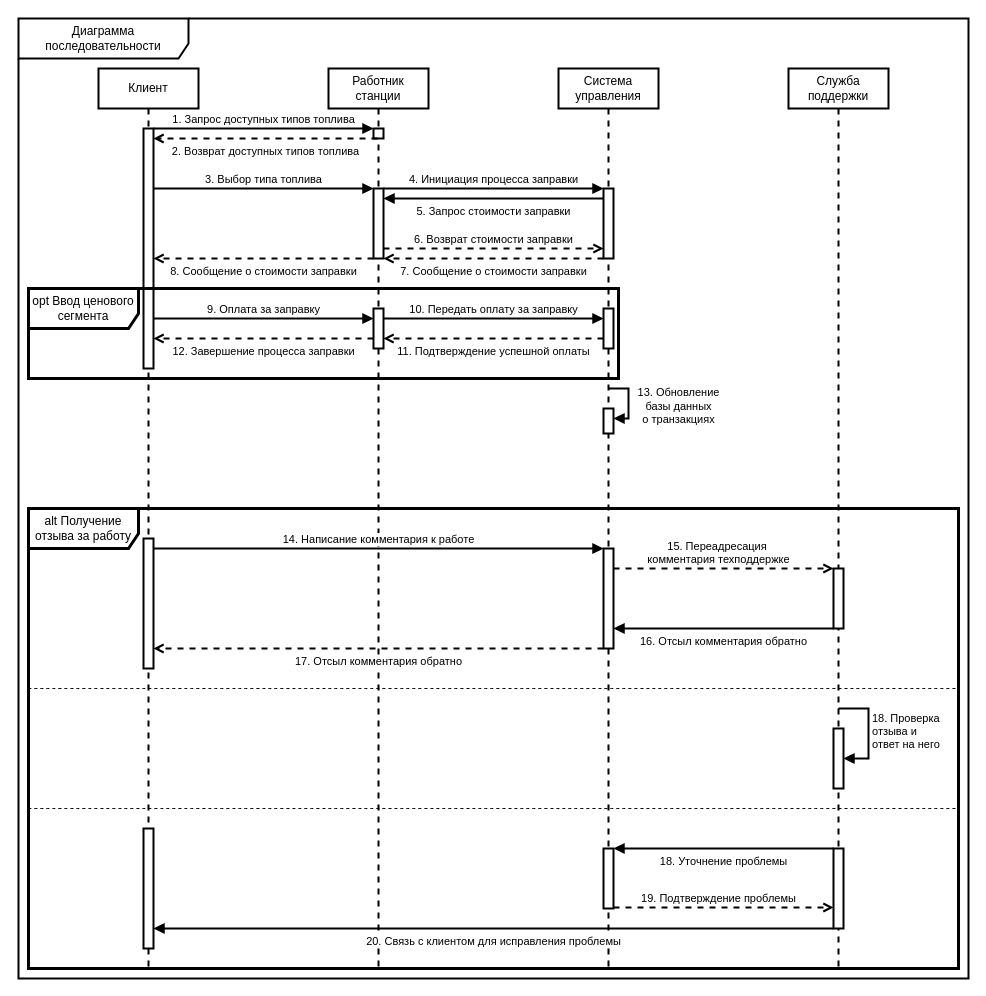
Before: page "Page-1" (1 of 3) of 5.drawio in Helpmepleaseitishard/Aikms, a draw.io diagram. Source tidied: cells renumbered, new cells numbered last; positions are measured from the earlier drawing's top-left corner, leaving out a move shared by most shapes. Both pictures are drawn from the tidied source at 100%, with x=0, y=0 at pixel (18, 18).
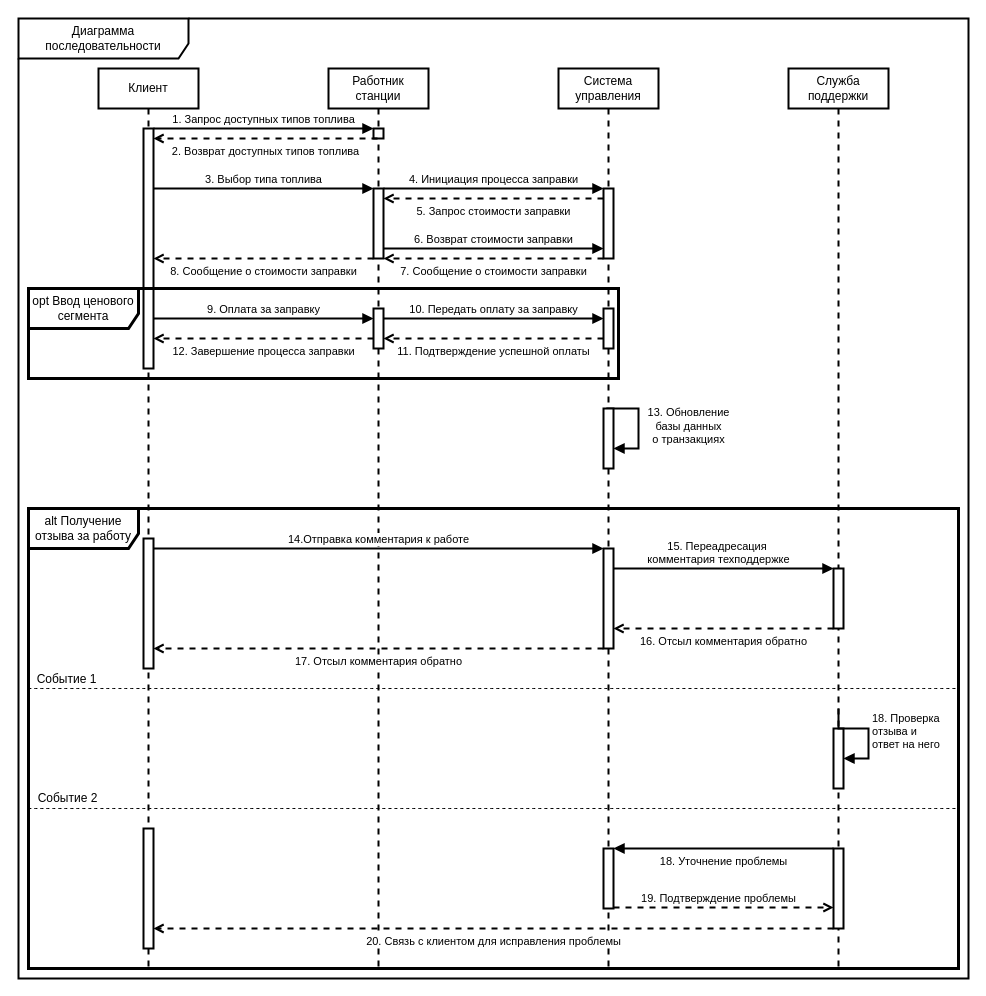
The same page after the edit.

The change refers to these unchanged cells:
```xml
<mxCell id="7" style="html=1;points=[[0,0,0,0,5],[0,1,0,0,-5],[1,0,0,0,5],[1,1,0,0,-5]];perimeter=orthogonalPerimeter;outlineConnect=0;targetShapes=umlLifeline;portConstraint=eastwest;newEdgeStyle={&quot;curved&quot;:0,&quot;rounded&quot;:0};strokeWidth=2;" parent="5" vertex="1">
  <mxGeometry x="45" y="120" width="10" height="70" as="geometry" />
</mxCell>
<mxCell id="9" value="Система управления" style="shape=umlLifeline;perimeter=lifelinePerimeter;whiteSpace=wrap;html=1;newEdgeStyle={&quot;curved&quot;:0,&quot;rounded&quot;:0};strokeWidth=2;" parent="1" vertex="1">
  <mxGeometry x="540" y="50" width="100" height="900" as="geometry" />
</mxCell>
<mxCell id="10" style="html=1;points=[[0,0,0,0,5],[0,1,0,0,-5],[1,0,0,0,5],[1,1,0,0,-5]];perimeter=orthogonalPerimeter;outlineConnect=0;targetShapes=umlLifeline;portConstraint=eastwest;newEdgeStyle={&quot;curved&quot;:0,&quot;rounded&quot;:0};strokeWidth=2;" parent="9" vertex="1">
  <mxGeometry x="45" y="120" width="10" height="70" as="geometry" />
</mxCell>
<mxCell id="29" style="html=1;points=[[0,0,0,0,5],[0,1,0,0,-5],[1,0,0,0,5],[1,1,0,0,-5]];perimeter=orthogonalPerimeter;outlineConnect=0;targetShapes=umlLifeline;portConstraint=eastwest;newEdgeStyle={&quot;curved&quot;:0,&quot;rounded&quot;:0};strokeWidth=2;" parent="1" vertex="1">
  <mxGeometry x="585" y="530" width="10" height="100" as="geometry" />
</mxCell>
<mxCell id="31" style="html=1;points=[[0,0,0,0,5],[0,1,0,0,-5],[1,0,0,0,5],[1,1,0,0,-5]];perimeter=orthogonalPerimeter;outlineConnect=0;targetShapes=umlLifeline;portConstraint=eastwest;newEdgeStyle={&quot;curved&quot;:0,&quot;rounded&quot;:0};strokeWidth=2;" parent="1" vertex="1">
  <mxGeometry x="815" y="550" width="10" height="60" as="geometry" />
</mxCell>
<mxCell id="32" style="html=1;points=[[0,0,0,0,5],[0,1,0,0,-5],[1,0,0,0,5],[1,1,0,0,-5]];perimeter=orthogonalPerimeter;outlineConnect=0;targetShapes=umlLifeline;portConstraint=eastwest;newEdgeStyle={&quot;curved&quot;:0,&quot;rounded&quot;:0};strokeWidth=2;" parent="1" vertex="1">
  <mxGeometry x="815" y="710" width="10" height="60" as="geometry" />
</mxCell>
<mxCell id="36" style="endArrow=none;dashed=1;html=1;rounded=0;fontSize=12;startSize=8;endSize=8;curved=1;" parent="1" edge="1">
  <mxGeometry relative="1" as="geometry">
    <mxPoint x="10" y="670" as="sourcePoint" />
    <mxPoint x="940" y="670" as="targetPoint" />
  </mxGeometry>
</mxCell>
<mxCell id="40" style="html=1;points=[[0,0,0,0,5],[0,1,0,0,-5],[1,0,0,0,5],[1,1,0,0,-5]];perimeter=orthogonalPerimeter;outlineConnect=0;targetShapes=umlLifeline;portConstraint=eastwest;newEdgeStyle={&quot;curved&quot;:0,&quot;rounded&quot;:0};strokeWidth=2;" parent="1" vertex="1">
  <mxGeometry x="125" y="810" width="10" height="120" as="geometry" />
</mxCell>
```

Change to the diagram source:
```diff
@@
-    <mxCell id="12" value="13. Обновление &lt;br&gt;базы данных &lt;br&gt;о транзакциях" style="html=1;verticalAlign=bottom;endArrow=block;curved=0;rounded=0;strokeWidth=2;" parent="9" edge="1" target="13">
-      <mxGeometry x="0.54" y="51" relative="1" as="geometry">
-        <mxPoint x="50" y="320" as="sourcePoint" />
+    <mxCell id="12" value="13. Обновление &lt;br&gt;базы данных &lt;br&gt;о транзакциях" style="html=1;verticalAlign=bottom;endArrow=block;curved=0;rounded=0;strokeWidth=2;exitX=1;exitY=0;exitDx=0;exitDy=5;exitPerimeter=0;" parent="9" edge="1" source="13" target="13">
+      <mxGeometry x="0.51" y="-50" relative="1" as="geometry">
         <Array as="points">
-          <mxPoint x="50" y="320" />
-          <mxPoint x="70" y="320" />
+          <mxPoint x="50" y="340" />
+          <mxPoint x="60" y="340" />
           <mxPoint x="70" y="340" />
-          <mxPoint x="70" y="350" />
+          <mxPoint x="80" y="340" />
+          <mxPoint x="80" y="380" />
         </Array>
-        <mxPoint x="50" y="-41" as="offset" />
+        <mxPoint x="50" y="50" as="offset" />
       </mxGeometry>
     </mxCell>
     <mxCell id="13" style="html=1;points=[[0,0,0,0,5],[0,1,0,0,-5],[1,0,0,0,5],[1,1,0,0,-5]];perimeter=orthogonalPerimeter;outlineConnect=0;targetShapes=umlLifeline;portConstraint=eastwest;newEdgeStyle={&quot;curved&quot;:0,&quot;rounded&quot;:0};strokeWidth=2;" parent="9" vertex="1">
-      <mxGeometry x="45" y="340" width="10" height="25" as="geometry" />
+      <mxGeometry x="45" y="340" width="10" height="60" as="geometry" />
     </mxCell>
@@
-    <mxCell id="18" value="5. Запрос стоимости заправки" style="html=1;verticalAlign=top;endArrow=block;curved=0;rounded=0;strokeWidth=2;" parent="1" edge="1" source="10" target="7">
+    <mxCell id="18" value="5. Запрос стоимости заправки" style="html=1;verticalAlign=top;endArrow=open;curved=0;rounded=0;strokeWidth=2;dashed=1;endFill=0;" parent="1" edge="1" source="10" target="7">
       <mxGeometry relative="1" as="geometry">
         <Array as="points">
           <mxPoint x="470" y="180" />
         </Array>
       </mxGeometry>
     </mxCell>
-    <mxCell id="19" value="6. Возврат стоимости заправки" style="html=1;verticalAlign=bottom;endArrow=open;curved=0;rounded=0;strokeWidth=2;dashed=1;endFill=0;" parent="1" edge="1" source="7" target="10">
+    <mxCell id="19" value="6. Возврат стоимости заправки" style="html=1;verticalAlign=bottom;endArrow=block;curved=0;rounded=0;strokeWidth=2;endFill=1;" parent="1" edge="1" source="7" target="10">
       <mxGeometry relative="1" as="geometry">
         <Array as="points">
           <mxPoint x="470" y="230" />
         </Array>
       </mxGeometry>
     </mxCell>
@@
     <mxCell id="33" value="&lt;div&gt;18. Проверка&amp;nbsp;&lt;/div&gt;&lt;div&gt;отзыва и &lt;br&gt;&lt;/div&gt;&lt;div&gt;ответ на него&lt;br&gt;&lt;/div&gt;" style="html=1;align=left;spacingLeft=2;endArrow=block;rounded=0;edgeStyle=orthogonalEdgeStyle;curved=0;rounded=0;strokeWidth=2;" parent="1" edge="1" target="32">
       <mxGeometry relative="1" as="geometry">
         <mxPoint x="820" y="690" as="sourcePoint" />
         <Array as="points">
-          <mxPoint x="850" y="690" />
+          <mxPoint x="820" y="710" />
+          <mxPoint x="850" y="710" />
           <mxPoint x="850" y="740" />
         </Array>
       </mxGeometry>
     </mxCell>
-    <mxCell id="34" value="14. Написание комментария к работе" style="html=1;verticalAlign=bottom;endArrow=block;curved=0;rounded=0;strokeWidth=2;" parent="1" edge="1">
+    <mxCell id="34" value="14.Отправка комментария к работе" style="html=1;verticalAlign=bottom;endArrow=block;curved=0;rounded=0;strokeWidth=2;" parent="1" edge="1">
       <mxGeometry relative="1" as="geometry">
         <mxPoint x="135" y="530" as="sourcePoint" />
         <mxPoint x="585" y="530" as="targetPoint" />
         <Array as="points">
           <mxPoint x="260" y="530" />
         </Array>
       </mxGeometry>
     </mxCell>
@@
+    <mxCell id="46" value="Событие 1" style="edgeLabel;html=1;align=center;verticalAlign=middle;fontSize=12;" parent="36" vertex="1">
+      <mxGeometry x="0.03" y="-5" relative="1" as="geometry">
+        <mxPoint x="-441" y="-15" as="offset" />
+      </mxGeometry>
+    </mxCell>
@@
-    <mxCell id="38" value="&lt;div&gt;15. Переадресация&amp;nbsp;&lt;/div&gt;&lt;div&gt;комментария техподдержке&lt;/div&gt;" style="html=1;verticalAlign=bottom;endArrow=open;curved=0;rounded=0;strokeWidth=2;dashed=1;endFill=0;" parent="1" edge="1" source="29" target="31">
+    <mxCell id="38" value="&lt;div&gt;15. Переадресация&amp;nbsp;&lt;/div&gt;&lt;div&gt;комментария техподдержке&lt;/div&gt;" style="html=1;verticalAlign=bottom;endArrow=block;curved=0;rounded=0;strokeWidth=2;endFill=1;" parent="1" edge="1" source="29" target="31">
       <mxGeometry x="-0.05" relative="1" as="geometry">
         <Array as="points">
           <mxPoint x="660" y="550" />
         </Array>
       </mxGeometry>
     </mxCell>
-    <mxCell id="39" value="16. Отсыл комментария обратно" style="html=1;verticalAlign=top;endArrow=block;curved=0;rounded=0;strokeWidth=2;endFill=1;" parent="1" edge="1">
+    <mxCell id="39" value="16. Отсыл комментария обратно" style="html=1;verticalAlign=top;endArrow=open;curved=0;rounded=0;strokeWidth=2;endFill=0;dashed=1;" parent="1" edge="1">
       <mxGeometry relative="1" as="geometry">
         <mxPoint x="815" y="610" as="sourcePoint" />
         <mxPoint x="595" y="610" as="targetPoint" />
         <Array as="points">
           <mxPoint x="685" y="610" />
         </Array>
       </mxGeometry>
     </mxCell>
@@
-    <mxCell id="43" value="20. Связь с клиентом для исправления проблемы" style="html=1;verticalAlign=top;endArrow=block;curved=0;rounded=0;strokeWidth=2;endFill=1;" parent="1" edge="1" target="40">
+    <mxCell id="43" value="20. Связь с клиентом для исправления проблемы" style="html=1;verticalAlign=top;endArrow=open;curved=0;rounded=0;strokeWidth=2;endFill=0;dashed=1;" parent="1" edge="1" target="40">
       <mxGeometry relative="1" as="geometry">
         <mxPoint x="815" y="910" as="sourcePoint" />
         <Array as="points">
           <mxPoint x="685" y="910" />
         </Array>
       </mxGeometry>
     </mxCell>
@@
+    <mxCell id="47" value="Событие 2" style="edgeLabel;html=1;align=center;verticalAlign=middle;fontSize=12;" parent="1" vertex="1">
+      <mxGeometry x="60" y="670" as="geometry">
+        <mxPoint x="-12" y="109" as="offset" />
+      </mxGeometry>
+    </mxCell>
```
